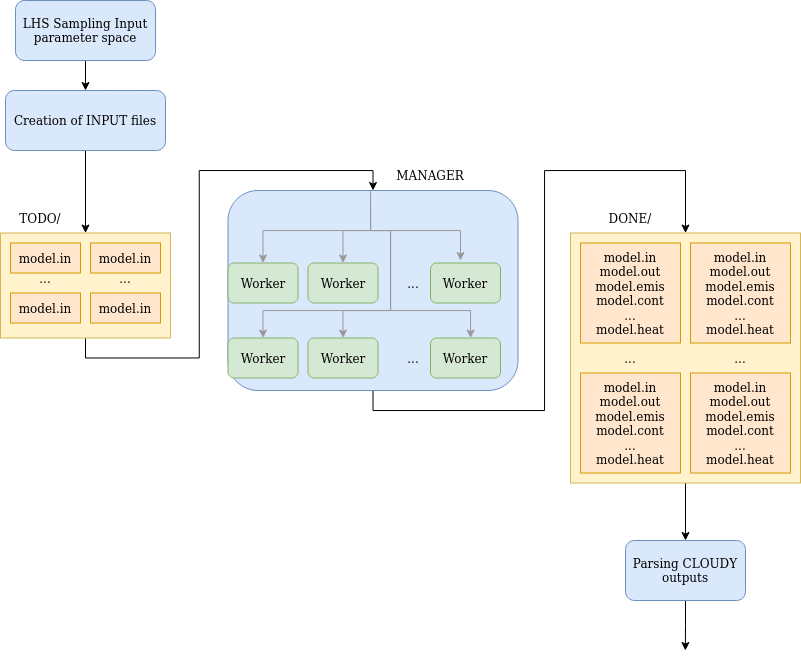
Above: media/pynublado_schema.png in raulorteg/pyNublado (draw.io), before the change. Source tidied: cells renumbered, new cells last; positions are measured from the earlier drawing's top-left corner, leaving out a move shared by most shapes.
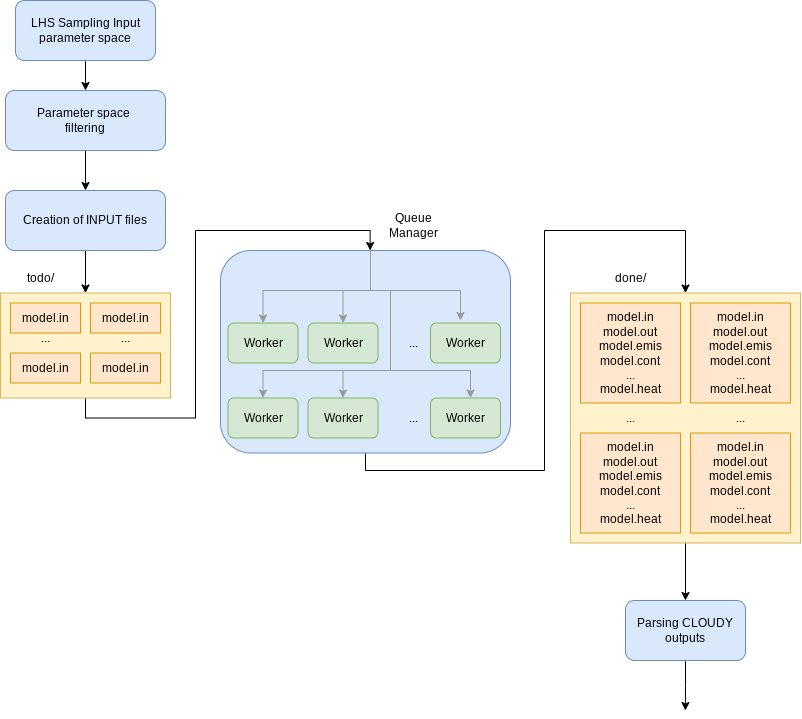
Above is the later version.

Commit message:
updated the schema graphic

The edit, as a diff of the source:
```diff
@@ -5,7 +5,7 @@
     <mxCell id="2" style="edgeStyle=orthogonalEdgeStyle;rounded=0;jettySize=auto;html=1;exitX=0.5;exitY=1;exitDx=0;exitDy=0;entryX=0.5;entryY=0;entryDx=0;entryDy=0;strokeColor=#000000;" parent="1" edge="1" source="3" target="8">
       <mxGeometry relative="1" as="geometry">
         <Array as="points">
-          <mxPoint x="373" y="410" />
+          <mxPoint x="365" y="410" />
           <mxPoint x="544" y="410" />
           <mxPoint x="544" y="170" />
           <mxPoint x="685" y="170" />
@@ -13,7 +13,7 @@
       </mxGeometry>
     </mxCell>
     <mxCell id="3" style="rounded=1;whiteSpace=wrap;html=1;fillColor=#dae8fc;strokeColor=#6c8ebf;" parent="1" vertex="1">
-      <mxGeometry x="227.5" y="190" width="290" height="200" as="geometry" />
+      <mxGeometry x="220" y="190" width="290" height="202.5" as="geometry" />
     </mxCell>
     <mxCell id="4" style="edgeStyle=orthogonalEdgeStyle;rounded=0;jettySize=auto;html=1;exitX=0.5;exitY=0;exitDx=0;exitDy=0;entryX=0.5;entryY=0;entryDx=0;entryDy=0;strokeColor=#999999;" parent="1" edge="1" target="13">
       <mxGeometry relative="1" as="geometry">
@@ -24,7 +24,7 @@
         </Array>
       </mxGeometry>
     </mxCell>
-    <mxCell id="5" style="edgeStyle=orthogonalEdgeStyle;rounded=0;jettySize=auto;html=1;exitX=0.5;exitY=1;exitDx=0;exitDy=0;entryX=0.5;entryY=0;entryDx=0;entryDy=0;strokeColor=#000000;" parent="1" edge="1" source="6" target="3">
+    <mxCell id="5" style="edgeStyle=orthogonalEdgeStyle;rounded=0;jettySize=auto;html=1;exitX=0.5;exitY=1;exitDx=0;exitDy=0;entryX=0.516;entryY=0;entryDx=0;entryDy=0;strokeColor=#000000;entryPerimeter=0;" parent="1" edge="1" source="6" target="3">
       <mxGeometry relative="1" as="geometry" />
     </mxCell>
     <mxCell id="6" style="rounded=0;whiteSpace=wrap;html=1;fillColor=#fff2cc;strokeColor=#d6b656;" parent="1" vertex="1">
@@ -36,17 +36,20 @@
     <mxCell id="8" style="rounded=0;whiteSpace=wrap;html=1;fillColor=#fff2cc;strokeColor=#d6b656;" parent="1" vertex="1">
       <mxGeometry x="570" y="232.5" width="230" height="250" as="geometry" />
     </mxCell>
-    <mxCell id="9" style="edgeStyle=orthogonalEdgeStyle;rounded=0;jettySize=auto;html=1;exitX=0.5;exitY=1;exitDx=0;exitDy=0;entryX=0.5;entryY=0;entryDx=0;entryDy=0;" parent="1" edge="1" source="10" target="12">
+    <mxCell id="9" style="edgeStyle=orthogonalEdgeStyle;rounded=0;jettySize=auto;html=1;entryX=0.5;entryY=0;entryDx=0;entryDy=0;exitX=0.5;exitY=1;exitDx=0;exitDy=0;" parent="1" edge="1" source="44" target="12">
       <mxGeometry relative="1" as="geometry" />
     </mxCell>
+    <mxCell id="43" style="edgeStyle=orthogonalEdgeStyle;rounded=0;jettySize=auto;html=1;" parent="1" edge="1" source="10" target="44">
+      <mxGeometry relative="1" as="geometry" />
+    </mxCell>
     <mxCell id="10" value="LHS Sampling Input parameter space" style="rounded=1;whiteSpace=wrap;html=1;fillColor=#dae8fc;strokeColor=#6c8ebf;" parent="1" vertex="1">
-      <mxGeometry x="15" width="140" height="60" as="geometry" />
+      <mxGeometry x="15" y="-60" width="140" height="60" as="geometry" />
     </mxCell>
     <mxCell id="11" style="edgeStyle=orthogonalEdgeStyle;rounded=0;jettySize=auto;html=1;exitX=0.5;exitY=1;exitDx=0;exitDy=0;entryX=0.5;entryY=0;entryDx=0;entryDy=0;" parent="1" edge="1" source="12" target="6">
       <mxGeometry relative="1" as="geometry" />
     </mxCell>
     <mxCell id="12" value="Creation of INPUT files" style="rounded=1;whiteSpace=wrap;html=1;fillColor=#dae8fc;strokeColor=#6c8ebf;" parent="1" vertex="1">
-      <mxGeometry x="5" y="90" width="160" height="60" as="geometry" />
+      <mxGeometry x="5" y="130" width="160" height="60" as="geometry" />
     </mxCell>
     <mxCell id="13" value="Worker" style="rounded=1;whiteSpace=wrap;html=1;fillColor=#d5e8d4;strokeColor=#82b366;" parent="1" vertex="1">
       <mxGeometry x="227.5" y="262.5" width="70" height="40" as="geometry" />
@@ -72,13 +75,13 @@
     <mxCell id="20" value="..." style="text;html=1;strokeColor=none;fillColor=none;align=center;verticalAlign=middle;whiteSpace=wrap;rounded=0;" parent="1" vertex="1">
       <mxGeometry x="382.5" y="342.5" width="60" height="30" as="geometry" />
     </mxCell>
-    <mxCell id="21" value="TODO/" style="text;html=1;strokeColor=none;fillColor=none;align=center;verticalAlign=middle;whiteSpace=wrap;rounded=0;" parent="1" vertex="1">
+    <mxCell id="21" value="todo/" style="text;html=1;strokeColor=none;fillColor=none;align=center;verticalAlign=middle;whiteSpace=wrap;rounded=0;" parent="1" vertex="1">
       <mxGeometry x="10" y="202.5" width="60" height="30" as="geometry" />
     </mxCell>
     <mxCell id="22" value="&lt;div&gt;model.in&lt;br&gt;&lt;/div&gt;&lt;div&gt;model.out&lt;/div&gt;&lt;div&gt;model.emis&lt;/div&gt;&lt;div&gt;model.cont&lt;/div&gt;&lt;div&gt;...&lt;/div&gt;&lt;div&gt;model.heat&lt;br&gt;&lt;/div&gt;" style="whiteSpace=wrap;html=1;fillColor=#ffe6cc;strokeColor=#d79b00;" parent="1" vertex="1">
       <mxGeometry x="580" y="242.5" width="100" height="100" as="geometry" />
     </mxCell>
-    <mxCell id="23" value="DONE/" style="text;html=1;strokeColor=none;fillColor=none;align=center;verticalAlign=middle;whiteSpace=wrap;rounded=0;" parent="1" vertex="1">
+    <mxCell id="23" value="done/" style="text;html=1;strokeColor=none;fillColor=none;align=center;verticalAlign=middle;whiteSpace=wrap;rounded=0;" parent="1" vertex="1">
       <mxGeometry x="600" y="202.5" width="60" height="30" as="geometry" />
     </mxCell>
     <mxCell id="24" value="&lt;div&gt;model.in&lt;br&gt;&lt;/div&gt;&lt;div&gt;model.out&lt;/div&gt;&lt;div&gt;model.emis&lt;/div&gt;&lt;div&gt;model.cont&lt;/div&gt;&lt;div&gt;...&lt;/div&gt;&lt;div&gt;model.heat&lt;br&gt;&lt;/div&gt;" style="whiteSpace=wrap;html=1;fillColor=#ffe6cc;strokeColor=#d79b00;" parent="1" vertex="1">
@@ -114,8 +117,8 @@
     <mxCell id="34" value="..." style="text;html=1;strokeColor=none;fillColor=none;align=center;verticalAlign=middle;whiteSpace=wrap;rounded=0;" parent="1" vertex="1">
       <mxGeometry x="95" y="262.5" width="60" height="30" as="geometry" />
     </mxCell>
-    <mxCell id="35" value="MANAGER" style="text;html=1;strokeColor=none;fillColor=none;align=center;verticalAlign=middle;whiteSpace=wrap;rounded=0;" parent="1" vertex="1">
-      <mxGeometry x="400" y="160" width="60" height="30" as="geometry" />
+    <mxCell id="35" value="Queue Manager" style="text;html=1;strokeColor=none;fillColor=none;align=center;verticalAlign=middle;whiteSpace=wrap;rounded=0;" parent="1" vertex="1">
+      <mxGeometry x="382.5" y="150" width="60" height="30" as="geometry" />
     </mxCell>
     <mxCell id="36" style="edgeStyle=orthogonalEdgeStyle;rounded=0;jettySize=auto;html=1;exitX=0.5;exitY=1;exitDx=0;exitDy=0;entryX=0.5;entryY=0;entryDx=0;entryDy=0;strokeColor=#999999;" parent="1" edge="1" target="14">
       <mxGeometry relative="1" as="geometry">
@@ -158,7 +161,7 @@
         </Array>
       </mxGeometry>
     </mxCell>
-    <mxCell id="40" style="edgeStyle=orthogonalEdgeStyle;rounded=0;jettySize=auto;html=1;exitX=0.5;exitY=1;exitDx=0;exitDy=0;entryX=0.5;entryY=0;entryDx=0;entryDy=0;strokeColor=#999999;" parent="1" edge="1" target="16">
+    <mxCell id="40" style="edgeStyle=orthogonalEdgeStyle;rounded=0;jettySize=auto;html=1;entryX=0.5;entryY=0;entryDx=0;entryDy=0;strokeColor=#999999;" parent="1" edge="1" target="16">
       <mxGeometry relative="1" as="geometry">
         <mxPoint x="370" y="190" as="sourcePoint" />
         <Array as="points">
@@ -177,5 +180,8 @@
     <mxCell id="42" value="Parsing CLOUDY outputs" style="rounded=1;whiteSpace=wrap;html=1;fillColor=#dae8fc;strokeColor=#6c8ebf;" parent="1" vertex="1">
       <mxGeometry x="625" y="540" width="120" height="60" as="geometry" />
     </mxCell>
+    <mxCell id="44" value="Parameter space&amp;nbsp;&lt;br&gt;filtering" style="rounded=1;whiteSpace=wrap;html=1;fillColor=#dae8fc;strokeColor=#6c8ebf;" parent="1" vertex="1">
+      <mxGeometry x="5" y="30" width="160" height="60" as="geometry" />
+    </mxCell>
   </root>
 </mxGraphModel>
```
